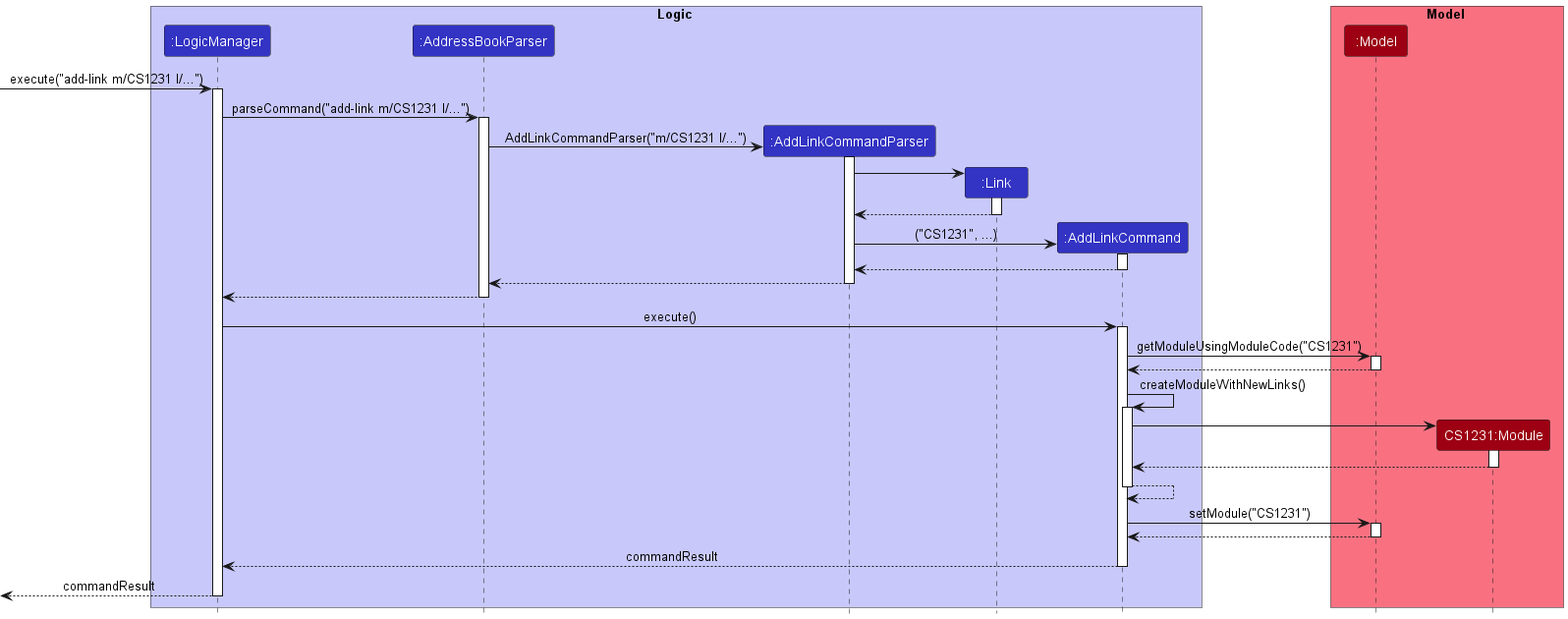
The PlantUML diagram docs/images/AddLinkFeature/AddLinkSequenceDiagram.png in nus-cs2103-AY2223S1/tp, before a commit. The source it was exported from:
```plantuml
@startuml
!include ../style.puml

box Logic LOGIC_COLOR_T1
participant ":LogicManager" as LogicManager LOGIC_COLOR
participant ":AddressBookParser" as AddressBookParser LOGIC_COLOR
participant ":AddLinkCommandParser" as AddLinkCommandParser LOGIC_COLOR
participant ":Link" as Link LOGIC_COLOR
participant ":AddLinkCommand" as AddLinkCommand LOGIC_COLOR
end box

box Model MODEL_COLOR_T1
participant ":Model" as Model MODEL_COLOR
participant "CS1231:Module" as CS1231 MODEL_COLOR
end box

[-> LogicManager : execute("add-link m/CS1231 l/...")
activate LogicManager

LogicManager -> AddressBookParser : parseCommand("add-link m/CS1231 l/...")
activate AddressBookParser

create AddLinkCommandParser
AddressBookParser -> AddLinkCommandParser : AddLinkCommandParser("m/CS1231 l/...")
activate AddLinkCommandParser

create Link
AddLinkCommandParser -> Link
activate Link

Link --> AddLinkCommandParser
deactivate Link

create AddLinkCommand
AddLinkCommandParser -> AddLinkCommand : ("CS1231", ...)
activate AddLinkCommand

AddLinkCommand --> AddLinkCommandParser
deactivate AddLinkCommand

AddLinkCommandParser --> AddressBookParser
deactivate AddLinkCommandParser

AddressBookParser --> LogicManager
deactivate AddressBookParser

LogicManager -> AddLinkCommand : execute()
activate AddLinkCommand

AddLinkCommand -> Model : getModuleUsingModuleCode("CS1231")
activate Model

Model --> AddLinkCommand
deactivate Model

AddLinkCommand -> AddLinkCommand :createModuleWithNewLinks()
activate AddLinkCommand

create CS1231
AddLinkCommand -> CS1231
activate CS1231

CS1231 --> AddLinkCommand
deactivate CS1231

AddLinkCommand --> AddLinkCommand
deactivate AddLinkCommand

AddLinkCommand -> Model : setModule("CS1231")
activate Model

Model --> AddLinkCommand
deactivate Model

AddLinkCommand --> LogicManager : commandResult
deactivate AddLinkCommand

[<--LogicManager : commandResult
deactivate LogicManager
@enduml
```
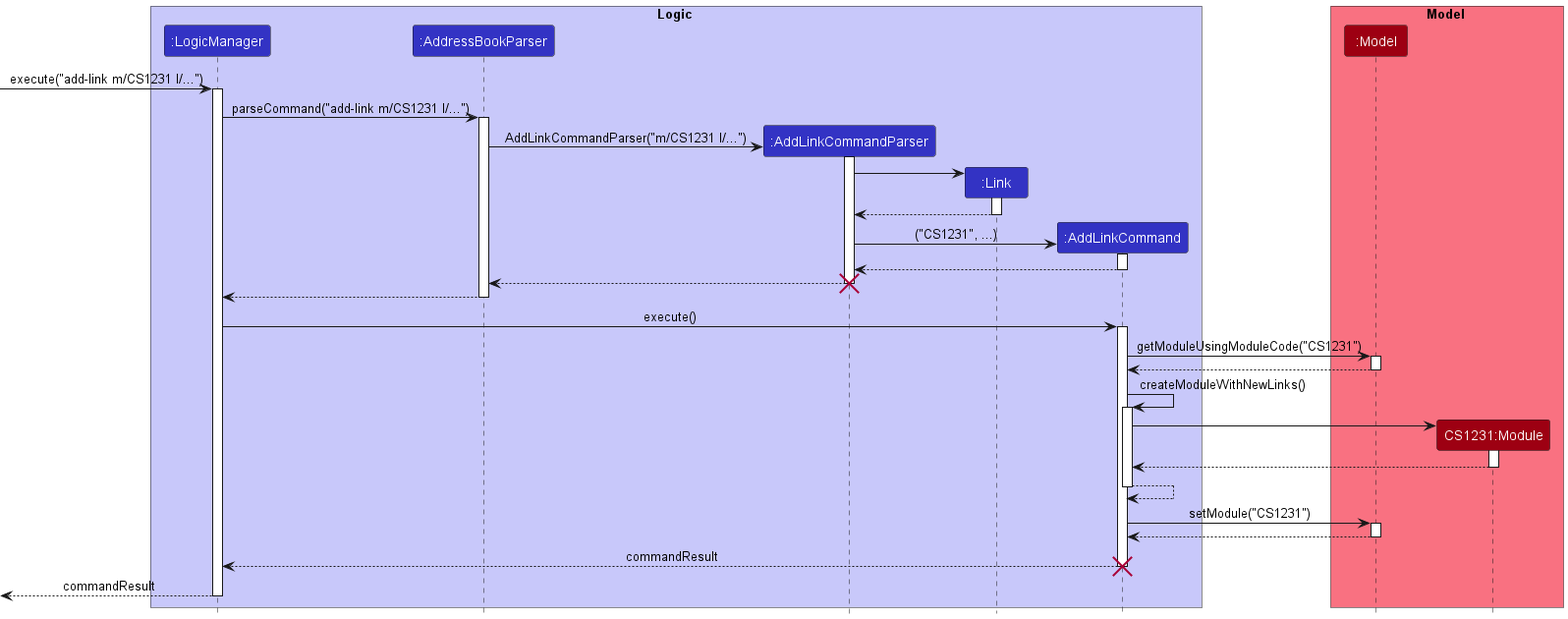
After the commit.

Commit message:
Update developer guide with corrected sequence diagram and typographical errors

What changed in the source:
```diff
@@ -40,6 +40,7 @@
 
 AddLinkCommandParser --> AddressBookParser
 deactivate AddLinkCommandParser
+destroy AddLinkCommandParser
 
 AddressBookParser --> LogicManager
 deactivate AddressBookParser
@@ -74,6 +75,7 @@
 
 AddLinkCommand --> LogicManager : commandResult
 deactivate AddLinkCommand
+destroy AddLinkCommand
 
 [<--LogicManager : commandResult
 deactivate LogicManager
```
